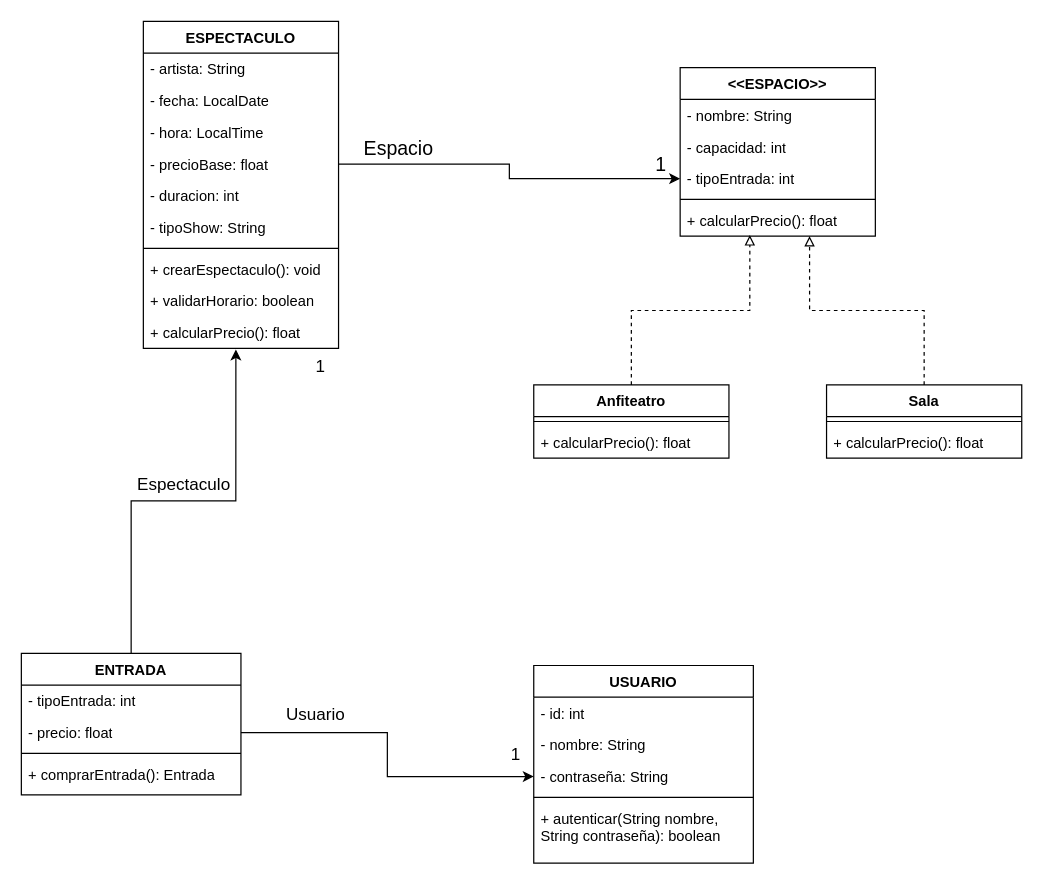
The draw.io diagram src/main/resources/Gestion espectaculos TAP.drawio in JoaSerra/TAP_TP, before the edit. Source tidied: cells renumbered, new cells numbered last; positions are measured from the earlier drawing's top-left corner, leaving out a move shared by most shapes. Both pictures are drawn from the tidied source at 122%, with x=0, y=0 at pixel (21, 21).
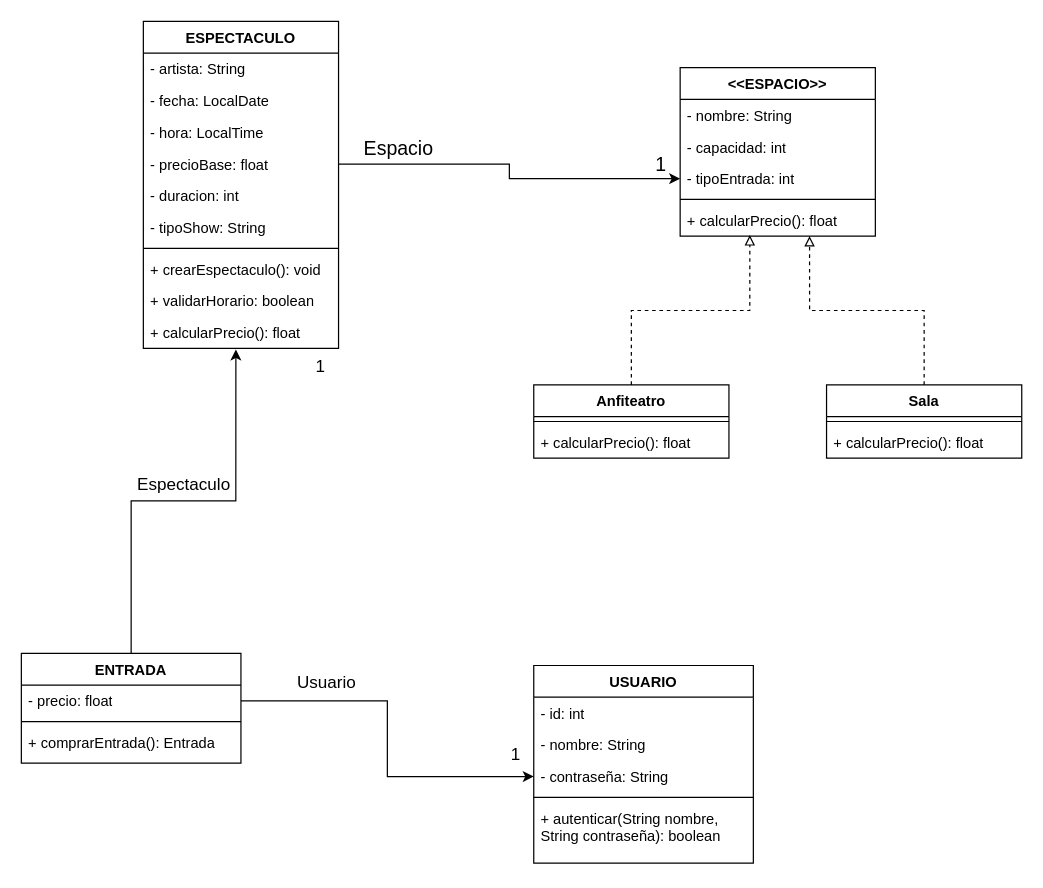
The same page after the edit.

The edit, as a diff of the source:
```diff
@@
     <mxCell id="33" value="ENTRADA" style="swimlane;fontStyle=1;align=center;verticalAlign=top;horizontal=1;startSize=26;whiteSpace=wrap;html=1;" parent="1" vertex="1">
-      <mxGeometry y="518" width="180" height="116" as="geometry" />
+      <mxGeometry y="518" width="180" height="90" as="geometry" />
     </mxCell>
-    <mxCell id="34" value="- tipoEntrada: int" style="text;strokeColor=none;fillColor=none;align=left;verticalAlign=top;spacingLeft=4;spacingRight=4;overflow=hidden;whiteSpace=wrap;html=1;" parent="33" vertex="1">
-      <mxGeometry y="26" width="180" height="26" as="geometry" />
-    </mxCell>
     <mxCell id="35" value="- precio: float" style="text;strokeColor=none;fillColor=none;align=left;verticalAlign=top;spacingLeft=4;spacingRight=4;overflow=hidden;points=[[0,0.5],[1,0.5]];portConstraint=eastwest;whiteSpace=wrap;html=1;" parent="33" vertex="1">
-      <mxGeometry y="52" width="180" height="26" as="geometry" />
+      <mxGeometry y="26" width="180" height="26" as="geometry" />
     </mxCell>
     <mxCell id="36" style="line;strokeWidth=1;fillColor=none;align=left;verticalAlign=middle;spacingTop=-1;spacingLeft=3;spacingRight=3;labelPosition=right;strokeColor=inherit;" parent="33" vertex="1">
-      <mxGeometry y="78" width="180" height="8" as="geometry" />
+      <mxGeometry y="52" width="180" height="8" as="geometry" />
     </mxCell>
     <mxCell id="37" value="+ comprarEntrada(): Entrada" style="text;strokeColor=none;fillColor=none;align=left;verticalAlign=top;spacingLeft=4;spacingRight=4;overflow=hidden;whiteSpace=wrap;html=1;" parent="33" vertex="1">
-      <mxGeometry y="86" width="180" height="30" as="geometry" />
+      <mxGeometry y="60" width="180" height="30" as="geometry" />
     </mxCell>
```
